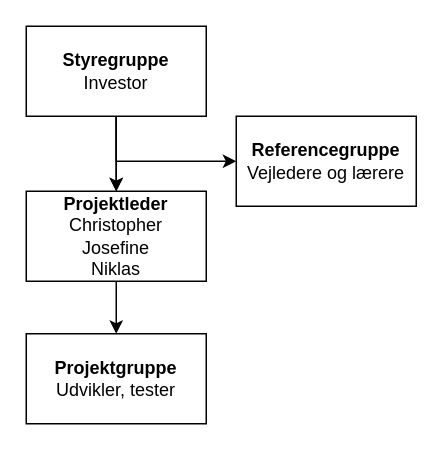
ChrisMJAndre/GruppeProjekt-2 keeps this draw.io diagram as public/Andet/Beslutningsstruktur.drawio. Above is the earlier version. Source tidied: cells renumbered, new cells numbered last; positions are measured from the earlier drawing's top-left corner, leaving out a move shared by most shapes. Both pictures are drawn from the tidied source at 150%, with x=0, y=0 at pixel (26, 26).
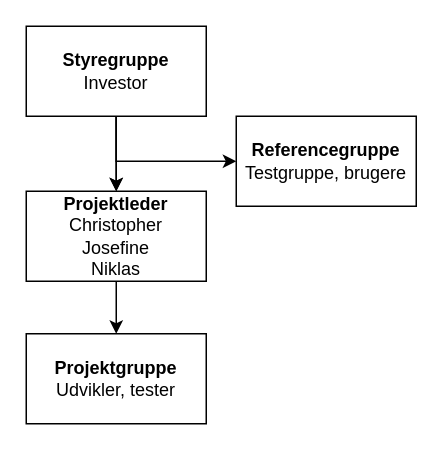
After the change.

Diff of the diagram source:
```diff
@@
 <mxGraphModel>
   <root>
     <mxCell id="0" />
     <mxCell id="1" parent="0" />
     <mxCell id="2" style="edgeStyle=orthogonalEdgeStyle;rounded=0;jettySize=auto;html=1;" parent="1" edge="1" source="5" target="8">
       <mxGeometry relative="1" as="geometry" />
     </mxCell>
     <mxCell id="3" style="edgeStyle=orthogonalEdgeStyle;rounded=0;jettySize=auto;html=1;" parent="1" edge="1" source="5" target="8">
       <mxGeometry relative="1" as="geometry" />
     </mxCell>
     <mxCell id="4" style="edgeStyle=orthogonalEdgeStyle;rounded=0;jettySize=auto;html=1;" parent="1" edge="1" source="5" target="6">
       <mxGeometry relative="1" as="geometry">
         <Array as="points">
           <mxPoint x="60" y="90" />
         </Array>
       </mxGeometry>
     </mxCell>
     <mxCell id="5" value="&lt;b&gt;Styregruppe&lt;/b&gt;&lt;br&gt;Investor" style="rounded=0;whiteSpace=wrap;html=1;" parent="1" vertex="1">
       <mxGeometry width="120" height="60" as="geometry" />
     </mxCell>
-    <mxCell id="6" value="&lt;b&gt;Referencegruppe&lt;/b&gt;&lt;br&gt;Vejledere og lærere" style="rounded=0;whiteSpace=wrap;html=1;" parent="1" vertex="1">
+    <mxCell id="6" value="&lt;b&gt;Referencegruppe&lt;/b&gt;&lt;br&gt;Testgruppe, brugere" style="rounded=0;whiteSpace=wrap;html=1;" parent="1" vertex="1">
       <mxGeometry x="140" y="60" width="120" height="60" as="geometry" />
     </mxCell>
     <mxCell id="7" style="edgeStyle=orthogonalEdgeStyle;rounded=0;jettySize=auto;html=1;" parent="1" edge="1" source="8" target="9">
       <mxGeometry relative="1" as="geometry" />
     </mxCell>
     <mxCell id="8" value="&lt;b&gt;Projektleder&lt;/b&gt;&lt;br&gt;Christopher&lt;br&gt;Josefine&lt;br&gt;Niklas" style="rounded=0;whiteSpace=wrap;html=1;" parent="1" vertex="1">
       <mxGeometry y="110" width="120" height="60" as="geometry" />
     </mxCell>
     <mxCell id="9" value="&lt;b&gt;Projektgruppe&lt;/b&gt;&lt;br&gt;Udvikler, tester" style="rounded=0;whiteSpace=wrap;html=1;" parent="1" vertex="1">
       <mxGeometry y="205" width="120" height="60" as="geometry" />
     </mxCell>
   </root>
 </mxGraphModel>
```
